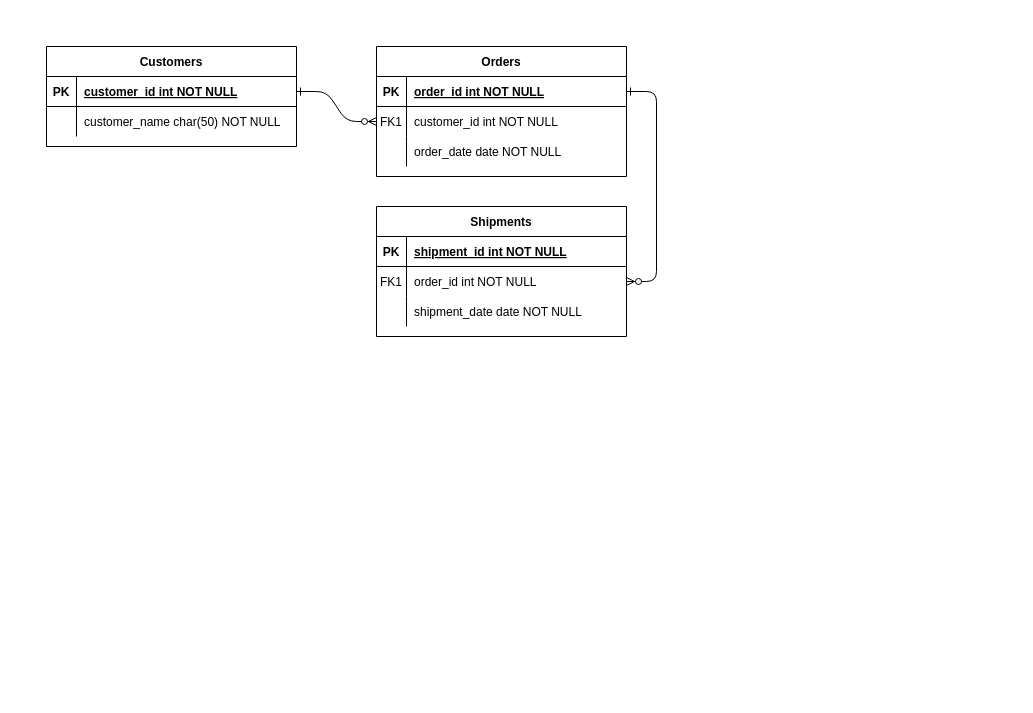
Before: Untitled Diagram.drawio in treeelm/diagram_tutorial, a draw.io diagram. Source tidied: cells renumbered, new cells numbered last; positions are measured from the earlier drawing's top-left corner, leaving out a move shared by most shapes. Both pictures are drawn from the tidied source at 100%, with x=0, y=0 at pixel (46, 46).
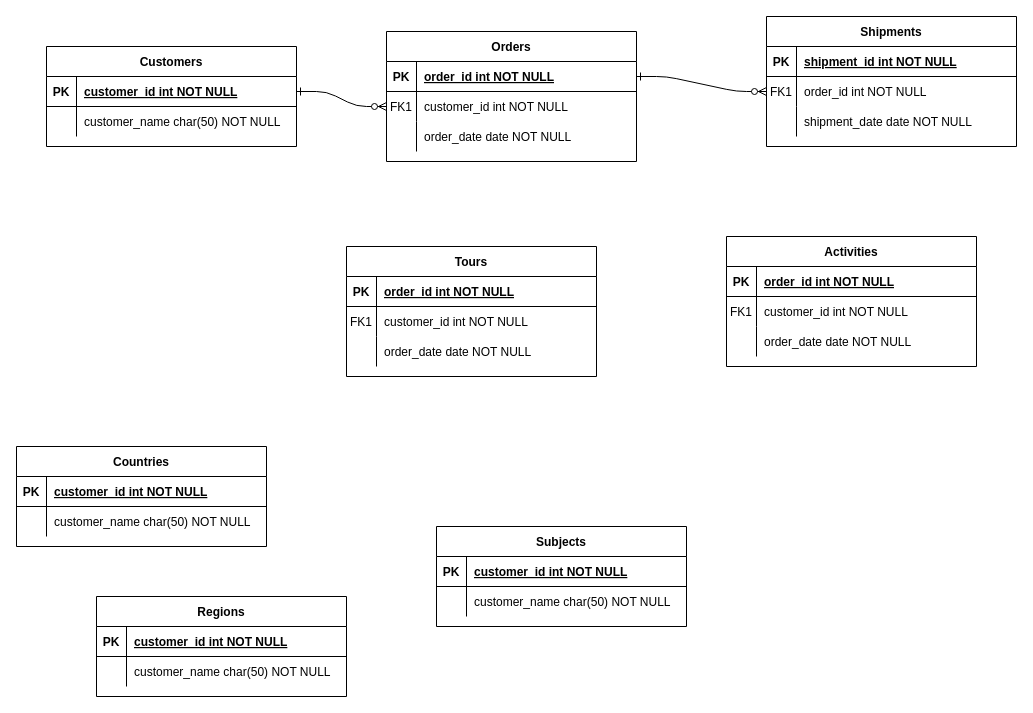
Above is the later version.

Change to the diagram source:
```diff
@@
     <mxCell id="4" value="Orders" style="shape=table;startSize=30;childLayout=tableLayout;rowLines=0;fontStyle=1;align=center;" parent="1" vertex="1">
-      <mxGeometry x="330" width="250" height="130" as="geometry" />
+      <mxGeometry x="340" y="-15" width="250" height="130" as="geometry" />
     </mxCell>
@@
     <mxCell id="14" value="Shipments" style="shape=table;startSize=30;childLayout=tableLayout;rowLines=0;fontStyle=1;align=center;" parent="1" vertex="1">
-      <mxGeometry x="330" y="160" width="250" height="130" as="geometry" />
+      <mxGeometry x="720" y="-30" width="250" height="130" as="geometry" />
     </mxCell>
@@
+    <mxCell id="31" value="Subjects" style="shape=table;startSize=30;childLayout=tableLayout;rowLines=0;fontStyle=1;align=center;" parent="1" vertex="1">
+      <mxGeometry x="390" y="480" width="250" height="100" as="geometry" />
+    </mxCell>
+    <mxCell id="32" style="shape=partialRectangle;fillColor=none;top=0;left=0;right=0;bottom=1;" parent="31" vertex="1">
+      <mxGeometry y="30" width="250" height="30" as="geometry" />
+    </mxCell>
+    <mxCell id="33" value="PK" style="shape=partialRectangle;overflow=hidden;fillColor=none;top=0;left=0;bottom=0;right=0;fontStyle=1;" parent="32" vertex="1">
+      <mxGeometry width="30" height="30" as="geometry" />
+    </mxCell>
+    <mxCell id="34" value="customer_id int NOT NULL " style="shape=partialRectangle;overflow=hidden;fillColor=none;top=0;left=0;bottom=0;right=0;align=left;spacingLeft=6;fontStyle=5;" parent="32" vertex="1">
+      <mxGeometry x="30" width="220" height="30" as="geometry" />
+    </mxCell>
+    <mxCell id="35" style="shape=partialRectangle;fillColor=none;top=0;left=0;right=0;bottom=0;" parent="31" vertex="1">
+      <mxGeometry y="60" width="250" height="30" as="geometry" />
+    </mxCell>
+    <mxCell id="36" style="shape=partialRectangle;overflow=hidden;fillColor=none;top=0;left=0;bottom=0;right=0;" parent="35" vertex="1">
+      <mxGeometry width="30" height="30" as="geometry" />
+    </mxCell>
+    <mxCell id="37" value="customer_name char(50) NOT NULL" style="shape=partialRectangle;overflow=hidden;fillColor=none;top=0;left=0;bottom=0;right=0;align=left;spacingLeft=6;" parent="35" vertex="1">
+      <mxGeometry x="30" width="220" height="30" as="geometry" />
+    </mxCell>
+    <mxCell id="38" value="Regions" style="shape=table;startSize=30;childLayout=tableLayout;rowLines=0;fontStyle=1;align=center;" parent="1" vertex="1">
+      <mxGeometry x="50" y="550" width="250" height="100" as="geometry" />
+    </mxCell>
+    <mxCell id="39" style="shape=partialRectangle;fillColor=none;top=0;left=0;right=0;bottom=1;" parent="38" vertex="1">
+      <mxGeometry y="30" width="250" height="30" as="geometry" />
+    </mxCell>
+    <mxCell id="40" value="PK" style="shape=partialRectangle;overflow=hidden;fillColor=none;top=0;left=0;bottom=0;right=0;fontStyle=1;" parent="39" vertex="1">
+      <mxGeometry width="30" height="30" as="geometry" />
+    </mxCell>
+    <mxCell id="41" value="customer_id int NOT NULL " style="shape=partialRectangle;overflow=hidden;fillColor=none;top=0;left=0;bottom=0;right=0;align=left;spacingLeft=6;fontStyle=5;" parent="39" vertex="1">
+      <mxGeometry x="30" width="220" height="30" as="geometry" />
+    </mxCell>
+    <mxCell id="42" style="shape=partialRectangle;fillColor=none;top=0;left=0;right=0;bottom=0;" parent="38" vertex="1">
+      <mxGeometry y="60" width="250" height="30" as="geometry" />
+    </mxCell>
+    <mxCell id="43" style="shape=partialRectangle;overflow=hidden;fillColor=none;top=0;left=0;bottom=0;right=0;" parent="42" vertex="1">
+      <mxGeometry width="30" height="30" as="geometry" />
+    </mxCell>
+    <mxCell id="44" value="customer_name char(50) NOT NULL" style="shape=partialRectangle;overflow=hidden;fillColor=none;top=0;left=0;bottom=0;right=0;align=left;spacingLeft=6;" parent="42" vertex="1">
+      <mxGeometry x="30" width="220" height="30" as="geometry" />
+    </mxCell>
+    <mxCell id="45" value="Countries" style="shape=table;startSize=30;childLayout=tableLayout;rowLines=0;fontStyle=1;align=center;" parent="1" vertex="1">
+      <mxGeometry x="-30" y="400" width="250" height="100" as="geometry" />
+    </mxCell>
+    <mxCell id="46" style="shape=partialRectangle;fillColor=none;top=0;left=0;right=0;bottom=1;" parent="45" vertex="1">
+      <mxGeometry y="30" width="250" height="30" as="geometry" />
+    </mxCell>
+    <mxCell id="47" value="PK" style="shape=partialRectangle;overflow=hidden;fillColor=none;top=0;left=0;bottom=0;right=0;fontStyle=1;" parent="46" vertex="1">
+      <mxGeometry width="30" height="30" as="geometry" />
+    </mxCell>
+    <mxCell id="48" value="customer_id int NOT NULL " style="shape=partialRectangle;overflow=hidden;fillColor=none;top=0;left=0;bottom=0;right=0;align=left;spacingLeft=6;fontStyle=5;" parent="46" vertex="1">
+      <mxGeometry x="30" width="220" height="30" as="geometry" />
+    </mxCell>
+    <mxCell id="49" style="shape=partialRectangle;fillColor=none;top=0;left=0;right=0;bottom=0;" parent="45" vertex="1">
+      <mxGeometry y="60" width="250" height="30" as="geometry" />
+    </mxCell>
+    <mxCell id="50" style="shape=partialRectangle;overflow=hidden;fillColor=none;top=0;left=0;bottom=0;right=0;" parent="49" vertex="1">
+      <mxGeometry width="30" height="30" as="geometry" />
+    </mxCell>
+    <mxCell id="51" value="customer_name char(50) NOT NULL" style="shape=partialRectangle;overflow=hidden;fillColor=none;top=0;left=0;bottom=0;right=0;align=left;spacingLeft=6;" parent="49" vertex="1">
+      <mxGeometry x="30" width="220" height="30" as="geometry" />
+    </mxCell>
+    <mxCell id="52" value="Activities" style="shape=table;startSize=30;childLayout=tableLayout;rowLines=0;fontStyle=1;align=center;" parent="1" vertex="1">
+      <mxGeometry x="680" y="190" width="250" height="130" as="geometry" />
+    </mxCell>
+    <mxCell id="53" style="shape=partialRectangle;fillColor=none;top=0;left=0;right=0;bottom=1;" parent="52" vertex="1">
+      <mxGeometry y="30" width="250" height="30" as="geometry" />
+    </mxCell>
+    <mxCell id="54" value="PK" style="shape=partialRectangle;overflow=hidden;fillColor=none;top=0;left=0;bottom=0;right=0;fontStyle=1;" parent="53" vertex="1">
+      <mxGeometry width="30" height="30" as="geometry" />
+    </mxCell>
+    <mxCell id="55" value="order_id int NOT NULL " style="shape=partialRectangle;overflow=hidden;fillColor=none;top=0;left=0;bottom=0;right=0;align=left;spacingLeft=6;fontStyle=5;" parent="53" vertex="1">
+      <mxGeometry x="30" width="220" height="30" as="geometry" />
+    </mxCell>
+    <mxCell id="56" style="shape=partialRectangle;fillColor=none;top=0;left=0;right=0;bottom=0;" parent="52" vertex="1">
+      <mxGeometry y="60" width="250" height="30" as="geometry" />
+    </mxCell>
+    <mxCell id="57" value="FK1" style="shape=partialRectangle;overflow=hidden;fillColor=none;top=0;left=0;bottom=0;right=0;" parent="56" vertex="1">
+      <mxGeometry width="30" height="30" as="geometry" />
+    </mxCell>
+    <mxCell id="58" value="customer_id int NOT NULL" style="shape=partialRectangle;overflow=hidden;fillColor=none;top=0;left=0;bottom=0;right=0;align=left;spacingLeft=6;" parent="56" vertex="1">
+      <mxGeometry x="30" width="220" height="30" as="geometry" />
+    </mxCell>
+    <mxCell id="59" style="shape=partialRectangle;fillColor=none;top=0;left=0;right=0;bottom=0;" parent="52" vertex="1">
+      <mxGeometry y="90" width="250" height="30" as="geometry" />
+    </mxCell>
+    <mxCell id="60" style="shape=partialRectangle;overflow=hidden;fillColor=none;top=0;left=0;bottom=0;right=0;" parent="59" vertex="1">
+      <mxGeometry width="30" height="30" as="geometry" />
+    </mxCell>
+    <mxCell id="61" value="order_date date NOT NULL" style="shape=partialRectangle;overflow=hidden;fillColor=none;top=0;left=0;bottom=0;right=0;align=left;spacingLeft=6;" parent="59" vertex="1">
+      <mxGeometry x="30" width="220" height="30" as="geometry" />
+    </mxCell>
+    <mxCell id="62" value="Tours" style="shape=table;startSize=30;childLayout=tableLayout;rowLines=0;fontStyle=1;align=center;" parent="1" vertex="1">
+      <mxGeometry x="300" y="200" width="250" height="130" as="geometry" />
+    </mxCell>
+    <mxCell id="63" style="shape=partialRectangle;fillColor=none;top=0;left=0;right=0;bottom=1;" parent="62" vertex="1">
+      <mxGeometry y="30" width="250" height="30" as="geometry" />
+    </mxCell>
+    <mxCell id="64" value="PK" style="shape=partialRectangle;overflow=hidden;fillColor=none;top=0;left=0;bottom=0;right=0;fontStyle=1;" parent="63" vertex="1">
+      <mxGeometry width="30" height="30" as="geometry" />
+    </mxCell>
+    <mxCell id="65" value="order_id int NOT NULL " style="shape=partialRectangle;overflow=hidden;fillColor=none;top=0;left=0;bottom=0;right=0;align=left;spacingLeft=6;fontStyle=5;" parent="63" vertex="1">
+      <mxGeometry x="30" width="220" height="30" as="geometry" />
+    </mxCell>
+    <mxCell id="66" style="shape=partialRectangle;fillColor=none;top=0;left=0;right=0;bottom=0;" parent="62" vertex="1">
+      <mxGeometry y="60" width="250" height="30" as="geometry" />
+    </mxCell>
+    <mxCell id="67" value="FK1" style="shape=partialRectangle;overflow=hidden;fillColor=none;top=0;left=0;bottom=0;right=0;" parent="66" vertex="1">
+      <mxGeometry width="30" height="30" as="geometry" />
+    </mxCell>
+    <mxCell id="68" value="customer_id int NOT NULL" style="shape=partialRectangle;overflow=hidden;fillColor=none;top=0;left=0;bottom=0;right=0;align=left;spacingLeft=6;" parent="66" vertex="1">
+      <mxGeometry x="30" width="220" height="30" as="geometry" />
+    </mxCell>
+    <mxCell id="69" style="shape=partialRectangle;fillColor=none;top=0;left=0;right=0;bottom=0;" parent="62" vertex="1">
+      <mxGeometry y="90" width="250" height="30" as="geometry" />
+    </mxCell>
+    <mxCell id="70" style="shape=partialRectangle;overflow=hidden;fillColor=none;top=0;left=0;bottom=0;right=0;" parent="69" vertex="1">
+      <mxGeometry width="30" height="30" as="geometry" />
+    </mxCell>
+    <mxCell id="71" value="order_date date NOT NULL" style="shape=partialRectangle;overflow=hidden;fillColor=none;top=0;left=0;bottom=0;right=0;align=left;spacingLeft=6;" parent="69" vertex="1">
+      <mxGeometry x="30" width="220" height="30" as="geometry" />
+    </mxCell>
```
